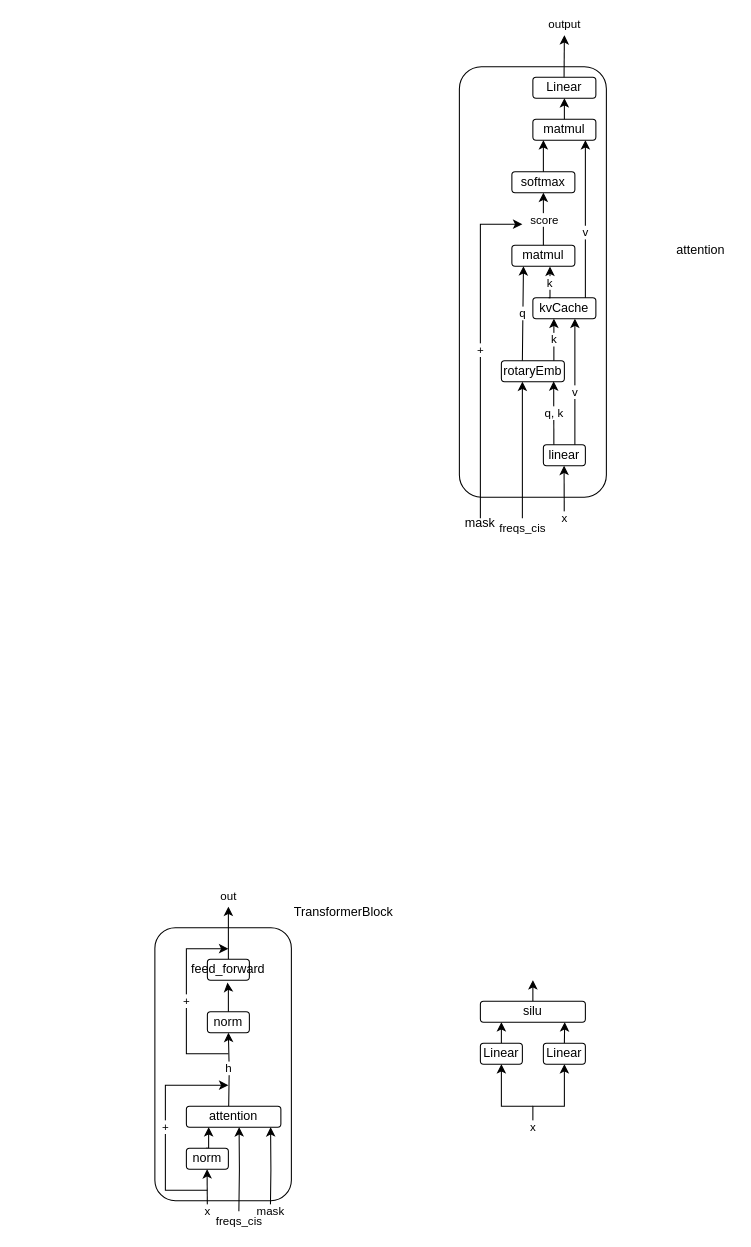
Earlier version of the draw.io diagram llm.drawio (DavidZyy/drawio_repo). Source tidied: cells renumbered, new cells numbered last; positions are measured from the earlier drawing's top-left corner, leaving out a move shared by most shapes. Both pictures are drawn from the tidied source at 105%, with x=0, y=0 at pixel (154, 35).
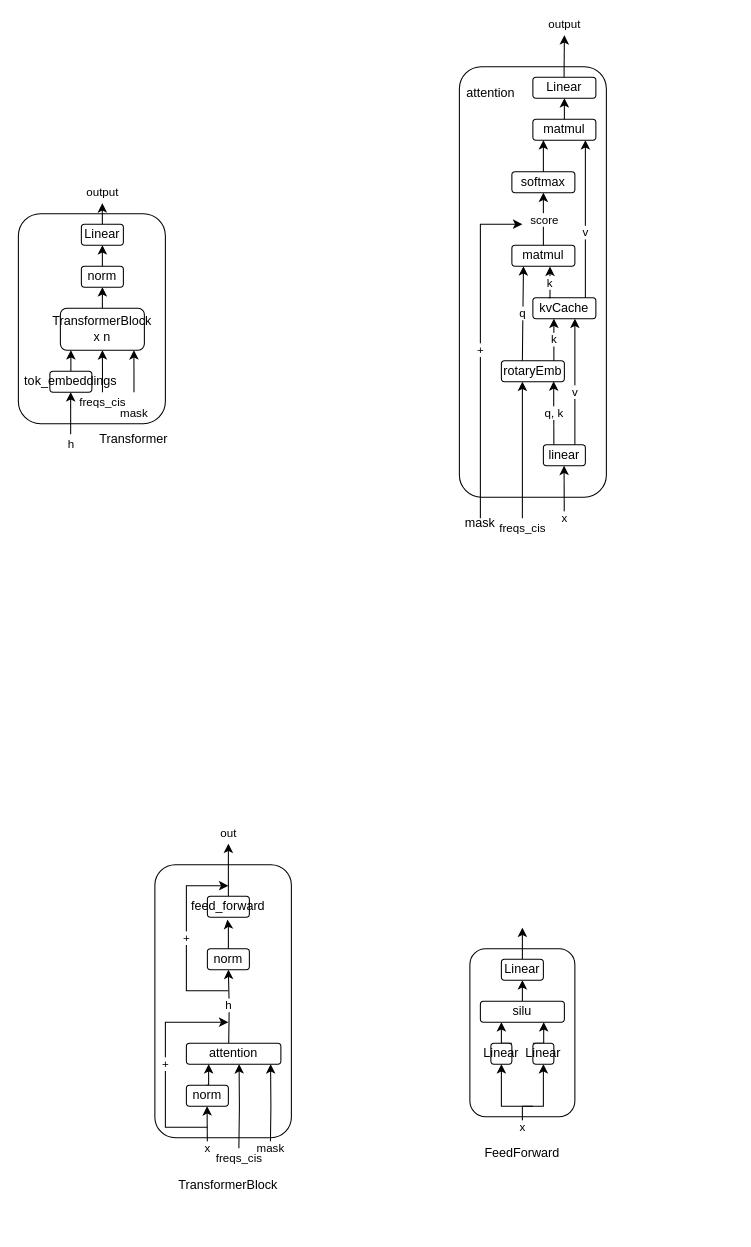
After the change.

Change to the diagram source:
```diff
@@
     <mxCell id="2" value="freqs_cis" style="edgeStyle=orthogonalEdgeStyle;rounded=0;orthogonalLoop=1;jettySize=auto;html=1;exitX=0.75;exitY=1;exitDx=0;exitDy=0;entryX=0.75;entryY=1;entryDx=0;entryDy=0;" parent="1" edge="1">
       <mxGeometry x="-1" y="-10" relative="1" as="geometry">
-        <mxPoint x="80" y="1120" as="sourcePoint" />
-        <mxPoint x="80.2" y="1040" as="targetPoint" />
+        <mxPoint x="80" y="1060" as="sourcePoint" />
+        <mxPoint x="80.2" y="980" as="targetPoint" />
         <mxPoint x="-10" y="10" as="offset" />
       </mxGeometry>
     </mxCell>
     <mxCell id="3" value="h" style="edgeStyle=orthogonalEdgeStyle;rounded=0;orthogonalLoop=1;jettySize=auto;html=1;exitX=0.5;exitY=0;exitDx=0;exitDy=0;" parent="1" edge="1">
       <mxGeometry x="0.01" relative="1" as="geometry">
-        <mxPoint x="70.3" y="1020" as="sourcePoint" />
-        <mxPoint x="70" y="950" as="targetPoint" />
+        <mxPoint x="70.3" y="960" as="sourcePoint" />
+        <mxPoint x="70" y="890" as="targetPoint" />
       </mxGeometry>
     </mxCell>
     <mxCell id="4" value="attention" style="rounded=1;whiteSpace=wrap;html=1;" parent="1" vertex="1">
-      <mxGeometry x="30" y="1020" width="90" height="20" as="geometry" />
+      <mxGeometry x="30" y="960" width="90" height="20" as="geometry" />
     </mxCell>
     <mxCell id="5" value="x" style="endArrow=classic;html=1;rounded=0;" parent="1" edge="1">
       <mxGeometry x="-1" relative="1" as="geometry">
-        <mxPoint x="50" y="1120" as="sourcePoint" />
-        <mxPoint x="49.7" y="1080" as="targetPoint" />
+        <mxPoint x="50" y="1060" as="sourcePoint" />
+        <mxPoint x="49.7" y="1020" as="targetPoint" />
       </mxGeometry>
     </mxCell>
     <mxCell id="6" style="edgeStyle=orthogonalEdgeStyle;rounded=0;orthogonalLoop=1;jettySize=auto;html=1;exitX=0.5;exitY=0;exitDx=0;exitDy=0;entryX=0.25;entryY=1;entryDx=0;entryDy=0;" parent="1" edge="1">
       <mxGeometry relative="1" as="geometry">
-        <mxPoint x="48.7" y="1060" as="sourcePoint" />
-        <mxPoint x="51.2" y="1040" as="targetPoint" />
+        <mxPoint x="48.7" y="1000" as="sourcePoint" />
+        <mxPoint x="51.2" y="980" as="targetPoint" />
       </mxGeometry>
     </mxCell>
     <mxCell id="7" value="norm" style="rounded=1;whiteSpace=wrap;html=1;" parent="1" vertex="1">
-      <mxGeometry x="30" y="1060" width="40" height="20" as="geometry" />
+      <mxGeometry x="30" y="1000" width="40" height="20" as="geometry" />
     </mxCell>
@@
     <mxCell id="9" value="attention" style="text;strokeColor=none;align=center;fillColor=none;html=1;verticalAlign=middle;whiteSpace=wrap;rounded=0;" parent="1" vertex="1">
-      <mxGeometry x="490" y="190" width="60" height="30" as="geometry" />
+      <mxGeometry x="290" y="40" width="60" height="30" as="geometry" />
     </mxCell>
@@
     <mxCell id="30" value="mask" style="edgeStyle=orthogonalEdgeStyle;rounded=0;orthogonalLoop=1;jettySize=auto;html=1;exitX=0.75;exitY=1;exitDx=0;exitDy=0;entryX=0.75;entryY=1;entryDx=0;entryDy=0;" parent="1" edge="1">
       <mxGeometry x="-1" relative="1" as="geometry">
-        <mxPoint x="110" y="1120" as="sourcePoint" />
-        <mxPoint x="110.2" y="1040" as="targetPoint" />
+        <mxPoint x="110" y="1060" as="sourcePoint" />
+        <mxPoint x="110.2" y="980" as="targetPoint" />
       </mxGeometry>
     </mxCell>
     <mxCell id="31" value="+" style="edgeStyle=none;orthogonalLoop=1;jettySize=auto;html=1;rounded=0;" parent="1" edge="1">
       <mxGeometry relative="1" as="geometry">
-        <mxPoint x="50" y="1100" as="sourcePoint" />
-        <mxPoint x="70" y="1000" as="targetPoint" />
+        <mxPoint x="50" y="1040" as="sourcePoint" />
+        <mxPoint x="70" y="940" as="targetPoint" />
         <Array as="points">
-          <mxPoint x="10" y="1100" />
-          <mxPoint x="10" y="1000" />
+          <mxPoint x="10" y="1040" />
+          <mxPoint x="10" y="940" />
         </Array>
       </mxGeometry>
     </mxCell>
     <mxCell id="32" value="norm" style="rounded=1;whiteSpace=wrap;html=1;" parent="1" vertex="1">
-      <mxGeometry x="50" y="930" width="40" height="20" as="geometry" />
+      <mxGeometry x="50" y="870" width="40" height="20" as="geometry" />
     </mxCell>
     <mxCell id="33" value="out" style="edgeStyle=orthogonalEdgeStyle;rounded=0;jettySize=auto;html=1;exitX=0.5;exitY=0;exitDx=0;exitDy=0;" parent="1" edge="1" source="34">
       <mxGeometry x="1" y="10" relative="1" as="geometry">
-        <mxPoint x="70" y="830" as="targetPoint" />
+        <mxPoint x="70" y="770" as="targetPoint" />
         <mxPoint x="10" y="-10" as="offset" />
       </mxGeometry>
     </mxCell>
     <mxCell id="34" value="feed_forward" style="rounded=1;whiteSpace=wrap;html=1;" parent="1" vertex="1">
-      <mxGeometry x="50" y="880" width="40" height="20" as="geometry" />
+      <mxGeometry x="50" y="820" width="40" height="20" as="geometry" />
     </mxCell>
     <mxCell id="35" style="edgeStyle=orthogonalEdgeStyle;rounded=0;jettySize=auto;html=1;entryX=0.479;entryY=1.112;entryDx=0;entryDy=0;entryPerimeter=0;" parent="1" edge="1" source="32" target="34">
       <mxGeometry relative="1" as="geometry">
         <Array as="points">
-          <mxPoint x="70" y="910" />
-          <mxPoint x="69" y="910" />
+          <mxPoint x="70" y="850" />
+          <mxPoint x="69" y="850" />
         </Array>
       </mxGeometry>
     </mxCell>
     <mxCell id="36" value="+" style="edgeStyle=none;orthogonalLoop=1;jettySize=auto;html=1;rounded=0;" parent="1" edge="1">
       <mxGeometry relative="1" as="geometry">
-        <mxPoint x="70" y="970" as="sourcePoint" />
-        <mxPoint x="70" y="870" as="targetPoint" />
+        <mxPoint x="70" y="910" as="sourcePoint" />
+        <mxPoint x="70" y="810" as="targetPoint" />
         <Array as="points">
-          <mxPoint x="30" y="970" />
-          <mxPoint x="30" y="870" />
+          <mxPoint x="30" y="910" />
+          <mxPoint x="30" y="810" />
         </Array>
       </mxGeometry>
     </mxCell>
@@
     <mxCell id="38" style="rounded=1;whiteSpace=wrap;html=1;fillColor=none;" parent="1" vertex="1">
-      <mxGeometry y="850" width="130" height="260" as="geometry" />
+      <mxGeometry y="790" width="130" height="260" as="geometry" />
     </mxCell>
     <mxCell id="39" value="TransformerBlock" style="text;strokeColor=none;align=center;fillColor=none;html=1;verticalAlign=middle;whiteSpace=wrap;rounded=0;" parent="1" vertex="1">
-      <mxGeometry x="150" y="820" width="60" height="30" as="geometry" />
+      <mxGeometry x="40" y="1080" width="60" height="30" as="geometry" />
     </mxCell>
-    <mxCell id="40" style="edgeStyle=orthogonalEdgeStyle;rounded=0;jettySize=auto;html=1;exitX=0.5;exitY=0;exitDx=0;exitDy=0;" parent="1" edge="1" source="41">
+    <mxCell id="40" style="edgeStyle=orthogonalEdgeStyle;rounded=0;orthogonalLoop=1;jettySize=auto;html=1;exitX=0.5;exitY=0;exitDx=0;exitDy=0;" parent="1" edge="1">
       <mxGeometry relative="1" as="geometry">
+        <mxPoint x="340" y="960" as="sourcePoint" />
         <mxPoint x="330" y="940" as="targetPoint" />
       </mxGeometry>
     </mxCell>
     <mxCell id="41" value="Linear" style="rounded=1;whiteSpace=wrap;html=1;" parent="1" vertex="1">
-      <mxGeometry x="310" y="960" width="40" height="20" as="geometry" />
+      <mxGeometry x="320" y="960" width="20" height="20" as="geometry" />
     </mxCell>
-    <mxCell id="42" value="x" style="endArrow=classic;html=1;rounded=0;entryX=0.5;entryY=1;entryDx=0;entryDy=0;" parent="1" edge="1" target="44">
+    <mxCell id="42" value="x" style="endArrow=classic;html=1;rounded=0;entryX=0.5;entryY=1;entryDx=0;entryDy=0;" parent="1" edge="1">
       <mxGeometry x="-1" relative="1" as="geometry">
-        <mxPoint x="360" y="1040" as="sourcePoint" />
+        <mxPoint x="350" y="1040" as="sourcePoint" />
+        <mxPoint x="370" y="980" as="targetPoint" />
         <Array as="points">
-          <mxPoint x="360" y="1020" />
-          <mxPoint x="390" y="1020" />
+          <mxPoint x="350" y="1020" />
+          <mxPoint x="370" y="1020" />
         </Array>
       </mxGeometry>
     </mxCell>
-    <mxCell id="43" style="edgeStyle=orthogonalEdgeStyle;rounded=0;jettySize=auto;html=1;exitX=0.5;exitY=0;exitDx=0;exitDy=0;" parent="1" edge="1" source="44">
+    <mxCell id="43" style="edgeStyle=orthogonalEdgeStyle;rounded=0;orthogonalLoop=1;jettySize=auto;html=1;exitX=0.5;exitY=0;exitDx=0;exitDy=0;" parent="1" edge="1">
       <mxGeometry relative="1" as="geometry">
-        <mxPoint x="390.3" y="940" as="targetPoint" />
+        <mxPoint x="360" y="960" as="sourcePoint" />
+        <mxPoint x="370.3" y="940" as="targetPoint" />
       </mxGeometry>
     </mxCell>
     <mxCell id="44" value="Linear" style="rounded=1;whiteSpace=wrap;html=1;" parent="1" vertex="1">
-      <mxGeometry x="370" y="960" width="40" height="20" as="geometry" />
+      <mxGeometry x="360" y="960" width="20" height="20" as="geometry" />
     </mxCell>
@@
     <mxCell id="46" style="edgeStyle=orthogonalEdgeStyle;rounded=0;jettySize=auto;html=1;" parent="1" edge="1" source="47">
       <mxGeometry relative="1" as="geometry">
-        <mxPoint x="360" y="900" as="targetPoint" />
+        <mxPoint x="350" y="900" as="targetPoint" />
       </mxGeometry>
     </mxCell>
     <mxCell id="47" value="silu" style="rounded=1;whiteSpace=wrap;html=1;" parent="1" vertex="1">
-      <mxGeometry x="310" y="920" width="100" height="20" as="geometry" />
+      <mxGeometry x="310" y="920" width="80" height="20" as="geometry" />
     </mxCell>
+    <mxCell id="48" style="edgeStyle=orthogonalEdgeStyle;rounded=0;jettySize=auto;html=1;exitX=0.5;exitY=0;exitDx=0;exitDy=0;" parent="1" edge="1" source="49">
+      <mxGeometry relative="1" as="geometry">
+        <mxPoint x="350" y="850" as="targetPoint" />
+      </mxGeometry>
+    </mxCell>
+    <mxCell id="49" value="Linear" style="rounded=1;whiteSpace=wrap;html=1;" parent="1" vertex="1">
+      <mxGeometry x="330" y="880" width="40" height="20" as="geometry" />
+    </mxCell>
+    <mxCell id="50" style="rounded=1;whiteSpace=wrap;html=1;fillColor=none;" parent="1" vertex="1">
+      <mxGeometry x="300" y="870" width="100" height="160" as="geometry" />
+    </mxCell>
+    <mxCell id="51" value="FeedForward" style="text;strokeColor=none;align=center;fillColor=none;html=1;verticalAlign=middle;whiteSpace=wrap;rounded=0;" parent="1" vertex="1">
+      <mxGeometry x="320" y="1050" width="60" height="30" as="geometry" />
+    </mxCell>
+    <mxCell id="52" style="edgeStyle=orthogonalEdgeStyle;rounded=0;jettySize=auto;html=1;exitX=0.5;exitY=0;exitDx=0;exitDy=0;" parent="1" edge="1" source="55">
+      <mxGeometry relative="1" as="geometry">
+        <mxPoint x="-50" y="240" as="targetPoint" />
+      </mxGeometry>
+    </mxCell>
+    <mxCell id="53" value="freqs_cis" style="edgeStyle=orthogonalEdgeStyle;rounded=0;jettySize=auto;html=1;exitX=0.5;exitY=1;exitDx=0;exitDy=0;entryX=0.5;entryY=1;entryDx=0;entryDy=0;" parent="1" edge="1" target="55">
+      <mxGeometry x="-1" y="10" relative="1" as="geometry">
+        <mxPoint x="-49.9" y="340" as="sourcePoint" />
+        <Array as="points">
+          <mxPoint x="-50" y="320" />
+        </Array>
+        <mxPoint x="10" y="10" as="offset" />
+      </mxGeometry>
+    </mxCell>
+    <mxCell id="54" value="mask" style="edgeStyle=orthogonalEdgeStyle;rounded=0;orthogonalLoop=1;jettySize=auto;html=1;exitX=0.75;exitY=1;exitDx=0;exitDy=0;entryX=0.75;entryY=1;entryDx=0;entryDy=0;" parent="1" edge="1">
+      <mxGeometry x="-1" y="20" relative="1" as="geometry">
+        <mxPoint x="-19.9" y="340" as="sourcePoint" />
+        <mxPoint x="-20" y="300" as="targetPoint" />
+        <Array as="points">
+          <mxPoint x="-20" y="320" />
+        </Array>
+        <mxPoint x="20" y="20" as="offset" />
+      </mxGeometry>
+    </mxCell>
+    <mxCell id="55" value="TransformerBlock x n" style="rounded=1;whiteSpace=wrap;html=1;" parent="1" vertex="1">
+      <mxGeometry x="-90" y="260" width="80" height="40" as="geometry" />
+    </mxCell>
+    <mxCell id="56" value="h" style="endArrow=classic;html=1;rounded=0;" parent="1" edge="1">
+      <mxGeometry x="-1" y="-10" relative="1" as="geometry">
+        <mxPoint x="-80.2" y="380" as="sourcePoint" />
+        <mxPoint x="-80.2" y="340" as="targetPoint" />
+        <mxPoint x="-10" y="10" as="offset" />
+      </mxGeometry>
+    </mxCell>
+    <mxCell id="57" style="edgeStyle=orthogonalEdgeStyle;rounded=0;orthogonalLoop=1;jettySize=auto;html=1;entryX=0.5;entryY=1;entryDx=0;entryDy=0;" parent="1" edge="1">
+      <mxGeometry relative="1" as="geometry">
+        <mxPoint x="-80" y="320" as="sourcePoint" />
+        <mxPoint x="-80" y="300" as="targetPoint" />
+      </mxGeometry>
+    </mxCell>
+    <mxCell id="58" value="tok_embeddings" style="rounded=1;whiteSpace=wrap;html=1;" parent="1" vertex="1">
+      <mxGeometry x="-100" y="320" width="40" height="20" as="geometry" />
+    </mxCell>
+    <mxCell id="59" value="norm" style="rounded=1;whiteSpace=wrap;html=1;" parent="1" vertex="1">
+      <mxGeometry x="-70" y="220" width="40" height="20" as="geometry" />
+    </mxCell>
+    <mxCell id="60" style="edgeStyle=orthogonalEdgeStyle;rounded=0;orthogonalLoop=1;jettySize=auto;html=1;exitX=0.5;exitY=0;exitDx=0;exitDy=0;" parent="1" edge="1">
+      <mxGeometry relative="1" as="geometry">
+        <mxPoint x="-50" y="220" as="sourcePoint" />
+        <mxPoint x="-50" y="200" as="targetPoint" />
+      </mxGeometry>
+    </mxCell>
+    <mxCell id="61" value="output" style="edgeStyle=orthogonalEdgeStyle;rounded=0;jettySize=auto;html=1;exitX=0.5;exitY=0;exitDx=0;exitDy=0;" parent="1" edge="1" source="62">
+      <mxGeometry x="1" y="-10" relative="1" as="geometry">
+        <mxPoint x="-50.1" y="160" as="targetPoint" />
+        <mxPoint x="-10" y="-10" as="offset" />
+      </mxGeometry>
+    </mxCell>
+    <mxCell id="62" value="Linear" style="rounded=1;whiteSpace=wrap;html=1;" parent="1" vertex="1">
+      <mxGeometry x="-70" y="180" width="40" height="20" as="geometry" />
+    </mxCell>
+    <mxCell id="63" style="rounded=1;whiteSpace=wrap;html=1;fillColor=none;" parent="1" vertex="1">
+      <mxGeometry x="-130" y="170" width="140" height="200" as="geometry" />
+    </mxCell>
+    <mxCell id="64" value="Transformer" style="text;strokeColor=none;align=center;fillColor=none;html=1;verticalAlign=middle;whiteSpace=wrap;rounded=0;" parent="1" vertex="1">
+      <mxGeometry x="-50" y="370" width="60" height="30" as="geometry" />
+    </mxCell>
```
